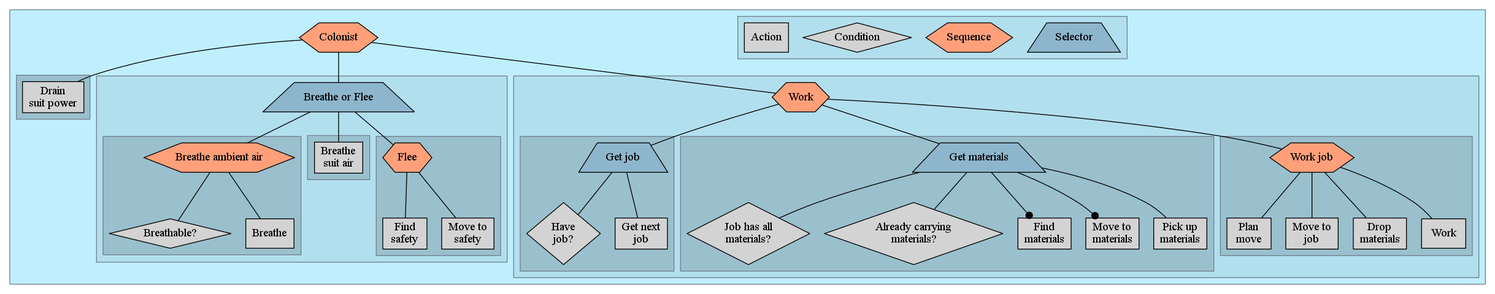
The Graphviz diagram Tools/graphs/graph.png in Cylindric/Sim, before a commit. Its source is kept beside it as Tools/graphs/graph.dot.
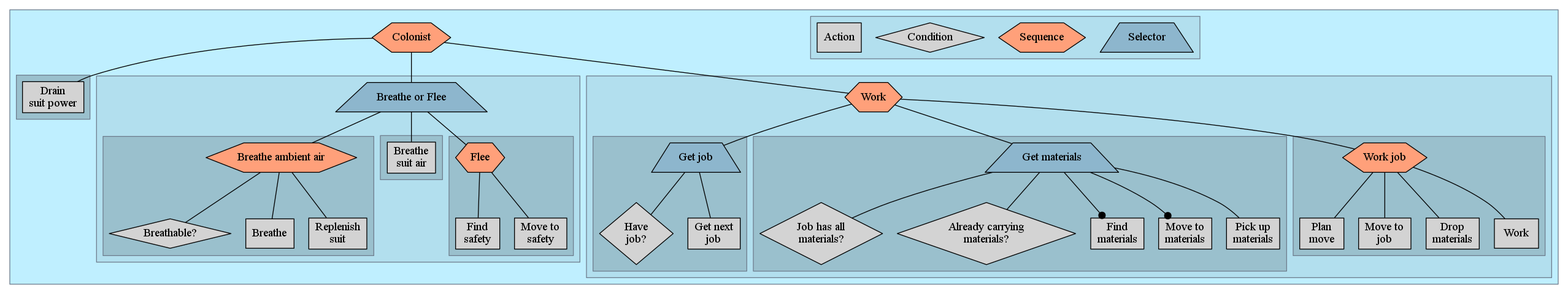
Later version of the same file.

What changed in the source:
```diff
@@ -2,7 +2,6 @@
 	node [shape=rectangle,fillcolor=lightgrey,color=black,style=filled];
 	edge [arrowhead=none;color=black];
 	ordering=out;
-	compound=true;
 
 	subgraph cluster_behaviour_tree {
 		style=filled;
@@ -34,9 +33,11 @@
 					breathe [label="Breathe ambient air"/*sequence*/];
 					breathable [label="Breathable?"/*condition*/];
 					do_breathing [label="Breathe"];
+					replenish_suit [label="Replenish\nsuit"];
 
 					breathe -> breathable;
 					breathe -> do_breathing;
+					breathe -> replenish_suit;
 				}
 
 				subgraph cluster_breathe_suit {
```
